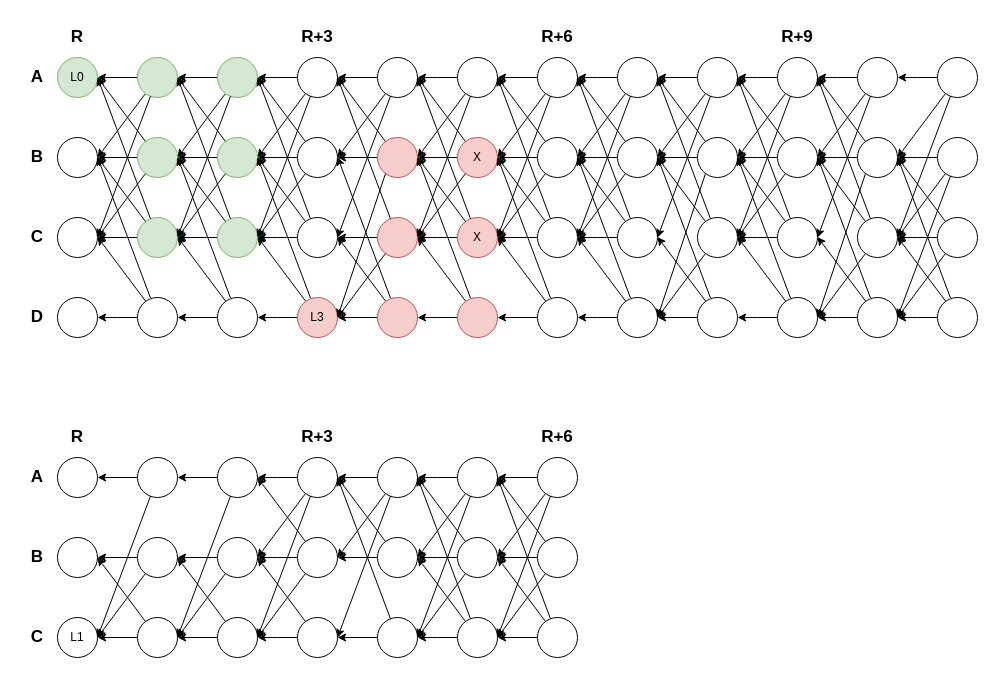
Before: Untitled Diagram.drawio in asonnino/various-diagrams, a draw.io diagram. Source tidied: cells renumbered, new cells numbered last; positions are measured from the earlier drawing's top-left corner, leaving out a move shared by most shapes. Both pictures are drawn from the tidied source at 100%, with x=0, y=0 at pixel (17, 17).
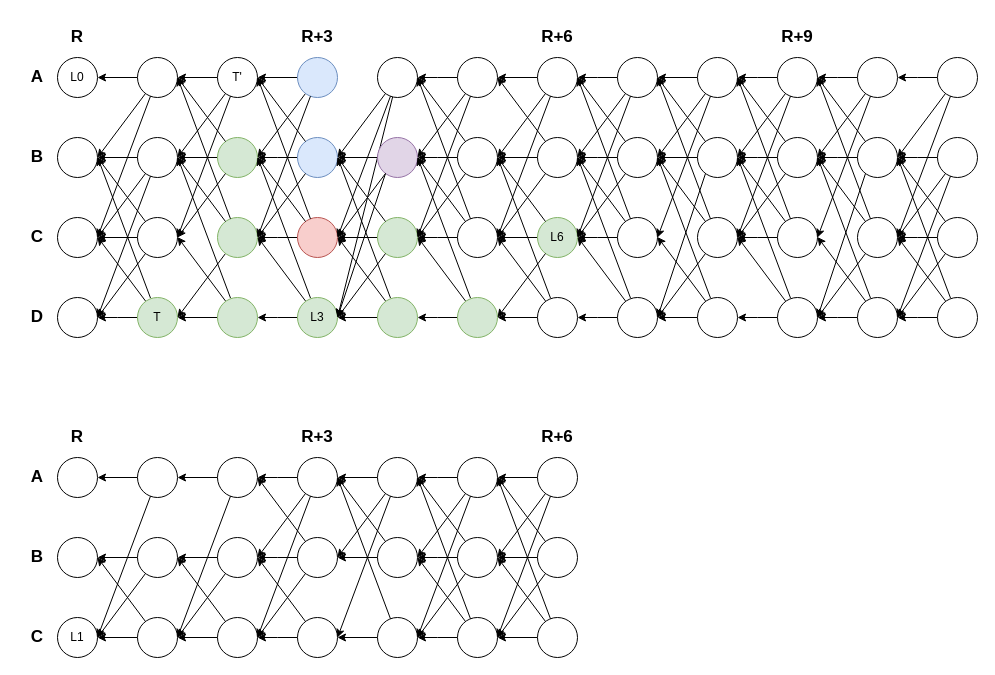
After the change.

Unchanged cells that the change refers to:
```xml
<mxCell id="8" style="ellipse;whiteSpace=wrap;html=1;" parent="1" vertex="1">
  <mxGeometry x="40" y="280" width="40" height="40" as="geometry" />
</mxCell>
<mxCell id="35" style="ellipse;whiteSpace=wrap;html=1;fillColor=#d5e8d4;strokeColor=#82b366;" parent="1" vertex="1">
  <mxGeometry x="200" y="200" width="40" height="40" as="geometry" />
</mxCell>
<mxCell id="63" style="ellipse;whiteSpace=wrap;html=1;" parent="1" vertex="1">
  <mxGeometry x="360" y="40" width="40" height="40" as="geometry" />
</mxCell>
```

The edit, as a diff of the source:
```diff
@@
-    <mxCell id="2" value="L0" style="ellipse;whiteSpace=wrap;html=1;fillColor=#d5e8d4;strokeColor=#82b366;" parent="1" vertex="1">
+    <mxCell id="2" value="L0" style="ellipse;whiteSpace=wrap;html=1;" parent="1" vertex="1">
       <mxGeometry x="40" y="40" width="40" height="40" as="geometry" />
     </mxCell>
@@
-    <mxCell id="12" style="ellipse;whiteSpace=wrap;html=1;fillColor=#d5e8d4;strokeColor=#82b366;" parent="1" vertex="1">
+    <mxCell id="12" style="ellipse;whiteSpace=wrap;html=1;" parent="1" vertex="1">
       <mxGeometry x="120" y="40" width="40" height="40" as="geometry" />
     </mxCell>
@@
-    <mxCell id="14" style="ellipse;whiteSpace=wrap;html=1;fillColor=#d5e8d4;strokeColor=#82b366;" parent="1" vertex="1">
+    <mxCell id="14" style="ellipse;whiteSpace=wrap;html=1;" parent="1" vertex="1">
       <mxGeometry x="120" y="120" width="40" height="40" as="geometry" />
     </mxCell>
@@
-    <mxCell id="16" style="ellipse;whiteSpace=wrap;html=1;fillColor=#d5e8d4;strokeColor=#82b366;" parent="1" vertex="1">
+    <mxCell id="16" style="ellipse;whiteSpace=wrap;html=1;" parent="1" vertex="1">
       <mxGeometry x="120" y="200" width="40" height="40" as="geometry" />
     </mxCell>
@@
-    <mxCell id="18" style="ellipse;whiteSpace=wrap;html=1;" parent="1" vertex="1">
+    <mxCell id="18" value="T" style="ellipse;whiteSpace=wrap;html=1;fillColor=#d5e8d4;strokeColor=#82b366;" parent="1" vertex="1">
       <mxGeometry x="120" y="280" width="40" height="40" as="geometry" />
     </mxCell>
@@
-    <mxCell id="24" style="rounded=0;jettySize=auto;html=1;entryX=1;entryY=0.5;entryDx=0;entryDy=0;" parent="1" edge="1" source="14" target="2">
+    <mxCell id="24" style="rounded=0;jettySize=auto;html=1;entryX=1;entryY=0.5;entryDx=0;entryDy=0;" parent="1" edge="1" source="14" target="8">
       <mxGeometry relative="1" as="geometry" />
     </mxCell>
-    <mxCell id="25" style="rounded=0;jettySize=auto;html=1;entryX=1;entryY=0.5;entryDx=0;entryDy=0;" parent="1" edge="1" source="16" target="2">
+    <mxCell id="25" style="rounded=0;jettySize=auto;html=1;entryX=1;entryY=0.5;entryDx=0;entryDy=0;" parent="1" edge="1" source="16" target="8">
       <mxGeometry relative="1" as="geometry" />
     </mxCell>
@@
-    <mxCell id="31" style="ellipse;whiteSpace=wrap;html=1;fillColor=#d5e8d4;strokeColor=#82b366;" parent="1" vertex="1">
+    <mxCell id="31" value="T'" style="ellipse;whiteSpace=wrap;html=1;" parent="1" vertex="1">
       <mxGeometry x="200" y="40" width="40" height="40" as="geometry" />
     </mxCell>
@@
-    <mxCell id="34" style="edgeStyle=orthogonalEdgeStyle;rounded=0;jettySize=auto;html=1;entryX=1;entryY=0.5;entryDx=0;entryDy=0;" parent="1" edge="1" source="35" target="16">
+    <mxCell id="34" style="rounded=0;jettySize=auto;html=1;entryX=1;entryY=0.5;entryDx=0;entryDy=0;" parent="1" edge="1" source="35" target="18">
       <mxGeometry relative="1" as="geometry" />
     </mxCell>
@@
-    <mxCell id="37" style="ellipse;whiteSpace=wrap;html=1;" parent="1" vertex="1">
+    <mxCell id="37" style="ellipse;whiteSpace=wrap;html=1;fillColor=#d5e8d4;strokeColor=#82b366;" parent="1" vertex="1">
       <mxGeometry x="200" y="280" width="40" height="40" as="geometry" />
     </mxCell>
@@
-    <mxCell id="39" style="rounded=0;orthogonalLoop=1;jettySize=auto;html=1;entryX=1;entryY=0.5;entryDx=0;entryDy=0;" parent="1" edge="1">
+    <mxCell id="39" style="rounded=0;jettySize=auto;html=1;entryX=1;entryY=0.5;entryDx=0;entryDy=0;" parent="1" edge="1" target="16">
       <mxGeometry relative="1" as="geometry">
         <mxPoint x="208" y="156" as="sourcePoint" />
-        <mxPoint x="160" y="220" as="targetPoint" />
       </mxGeometry>
     </mxCell>
@@
-    <mxCell id="45" style="edgeStyle=orthogonalEdgeStyle;rounded=0;jettySize=auto;html=1;entryX=1;entryY=0.5;entryDx=0;entryDy=0;" parent="1" edge="1" source="47">
-      <mxGeometry relative="1" as="geometry">
-        <mxPoint x="240" y="60" as="targetPoint" />
-      </mxGeometry>
+    <mxCell id="45" style="rounded=0;jettySize=auto;html=1;entryX=1;entryY=0.5;entryDx=0;entryDy=0;" parent="1" edge="1" source="47" target="31">
+      <mxGeometry relative="1" as="geometry" />
     </mxCell>
@@
-    <mxCell id="47" style="ellipse;whiteSpace=wrap;html=1;" parent="1" vertex="1">
+    <mxCell id="47" style="ellipse;whiteSpace=wrap;html=1;fillColor=#dae8fc;strokeColor=#6c8ebf;" parent="1" vertex="1">
       <mxGeometry x="280" y="40" width="40" height="40" as="geometry" />
     </mxCell>
@@
-    <mxCell id="49" style="ellipse;whiteSpace=wrap;html=1;" parent="1" vertex="1">
+    <mxCell id="49" style="ellipse;whiteSpace=wrap;html=1;fillColor=#dae8fc;strokeColor=#6c8ebf;" parent="1" vertex="1">
       <mxGeometry x="280" y="120" width="40" height="40" as="geometry" />
     </mxCell>
@@
-    <mxCell id="51" style="ellipse;whiteSpace=wrap;html=1;" parent="1" vertex="1">
+    <mxCell id="51" style="ellipse;whiteSpace=wrap;html=1;fillColor=#f8cecc;strokeColor=#b85450;" parent="1" vertex="1">
       <mxGeometry x="280" y="200" width="40" height="40" as="geometry" />
     </mxCell>
@@
-    <mxCell id="53" value="L3" style="ellipse;whiteSpace=wrap;html=1;fillColor=#f8cecc;strokeColor=#b85450;" parent="1" vertex="1">
+    <mxCell id="53" value="L3" style="ellipse;whiteSpace=wrap;html=1;fillColor=#d5e8d4;strokeColor=#82b366;" parent="1" vertex="1">
       <mxGeometry x="280" y="280" width="40" height="40" as="geometry" />
     </mxCell>
@@
-    <mxCell id="56" style="rounded=0;jettySize=auto;html=1;entryX=1;entryY=0.5;entryDx=0;entryDy=0;" parent="1" edge="1" source="49">
-      <mxGeometry relative="1" as="geometry">
-        <mxPoint x="240" y="60" as="targetPoint" />
-      </mxGeometry>
+    <mxCell id="56" style="rounded=0;jettySize=auto;html=1;entryX=1;entryY=0.5;entryDx=0;entryDy=0;" parent="1" edge="1" source="49" target="31">
+      <mxGeometry relative="1" as="geometry" />
     </mxCell>
-    <mxCell id="57" style="rounded=0;jettySize=auto;html=1;entryX=1;entryY=0.5;entryDx=0;entryDy=0;" parent="1" edge="1" source="51">
-      <mxGeometry relative="1" as="geometry">
-        <mxPoint x="240" y="60" as="targetPoint" />
-      </mxGeometry>
+    <mxCell id="57" style="rounded=0;jettySize=auto;html=1;entryX=1;entryY=0.5;entryDx=0;entryDy=0;" parent="1" edge="1" source="51" target="31">
+      <mxGeometry relative="1" as="geometry" />
     </mxCell>
@@
-    <mxCell id="62" style="edgeStyle=orthogonalEdgeStyle;rounded=0;jettySize=auto;html=1;entryX=1;entryY=0.5;entryDx=0;entryDy=0;" parent="1" edge="1" source="63" target="47">
+    <mxCell id="62" style="rounded=0;jettySize=auto;html=1;entryX=1;entryY=0.5;entryDx=0;entryDy=0;" parent="1" edge="1" source="63" target="53">
       <mxGeometry relative="1" as="geometry" />
     </mxCell>
@@
-    <mxCell id="65" style="ellipse;whiteSpace=wrap;html=1;fillColor=#f8cecc;strokeColor=#b85450;" parent="1" vertex="1">
+    <mxCell id="65" style="ellipse;whiteSpace=wrap;html=1;fillColor=#e1d5e7;strokeColor=#9673a6;" parent="1" vertex="1">
       <mxGeometry x="360" y="120" width="40" height="40" as="geometry" />
     </mxCell>
@@
-    <mxCell id="67" style="ellipse;whiteSpace=wrap;html=1;fillColor=#f8cecc;strokeColor=#b85450;" parent="1" vertex="1">
+    <mxCell id="67" style="ellipse;whiteSpace=wrap;html=1;fillColor=#d5e8d4;strokeColor=#82b366;" parent="1" vertex="1">
       <mxGeometry x="360" y="200" width="40" height="40" as="geometry" />
     </mxCell>
@@
-    <mxCell id="69" style="ellipse;whiteSpace=wrap;html=1;fillColor=#f8cecc;strokeColor=#b85450;" parent="1" vertex="1">
+    <mxCell id="69" style="ellipse;whiteSpace=wrap;html=1;fillColor=#d5e8d4;strokeColor=#82b366;" parent="1" vertex="1">
       <mxGeometry x="360" y="280" width="40" height="40" as="geometry" />
     </mxCell>
@@
-    <mxCell id="72" style="rounded=0;jettySize=auto;html=1;entryX=1;entryY=0.5;entryDx=0;entryDy=0;" parent="1" edge="1" source="65">
-      <mxGeometry relative="1" as="geometry">
-        <mxPoint x="320" y="60" as="targetPoint" />
-      </mxGeometry>
+    <mxCell id="72" style="rounded=0;jettySize=auto;html=1;entryX=1;entryY=0.5;entryDx=0;entryDy=0;" parent="1" edge="1" source="65" target="51">
+      <mxGeometry relative="1" as="geometry" />
     </mxCell>
-    <mxCell id="73" style="rounded=0;jettySize=auto;html=1;entryX=1;entryY=0.5;entryDx=0;entryDy=0;" parent="1" edge="1" source="67">
-      <mxGeometry relative="1" as="geometry">
-        <mxPoint x="320" y="60" as="targetPoint" />
-      </mxGeometry>
+    <mxCell id="73" style="rounded=0;jettySize=auto;html=1;entryX=1;entryY=0.5;entryDx=0;entryDy=0;" parent="1" edge="1" source="67" target="49">
+      <mxGeometry relative="1" as="geometry" />
     </mxCell>
@@
-    <mxCell id="81" value="X" style="ellipse;whiteSpace=wrap;html=1;fillColor=#f8cecc;strokeColor=#b85450;" parent="1" vertex="1">
+    <mxCell id="81" style="ellipse;whiteSpace=wrap;html=1;" parent="1" vertex="1">
       <mxGeometry x="440" y="120" width="40" height="40" as="geometry" />
     </mxCell>
@@
-    <mxCell id="83" value="X" style="ellipse;whiteSpace=wrap;html=1;fillColor=#f8cecc;strokeColor=#b85450;" parent="1" vertex="1">
+    <mxCell id="83" style="ellipse;whiteSpace=wrap;html=1;" parent="1" vertex="1">
       <mxGeometry x="440" y="200" width="40" height="40" as="geometry" />
     </mxCell>
@@
-    <mxCell id="85" style="ellipse;whiteSpace=wrap;html=1;fillColor=#f8cecc;strokeColor=#b85450;" parent="1" vertex="1">
+    <mxCell id="85" style="ellipse;whiteSpace=wrap;html=1;fillColor=#d5e8d4;strokeColor=#82b366;" parent="1" vertex="1">
       <mxGeometry x="440" y="280" width="40" height="40" as="geometry" />
     </mxCell>
@@
-    <mxCell id="88" style="rounded=0;jettySize=auto;html=1;entryX=1;entryY=0.5;entryDx=0;entryDy=0;" parent="1" edge="1" source="81">
-      <mxGeometry relative="1" as="geometry">
-        <mxPoint x="400" y="60" as="targetPoint" />
-      </mxGeometry>
+    <mxCell id="88" style="rounded=0;jettySize=auto;html=1;entryX=1;entryY=0.5;entryDx=0;entryDy=0;" parent="1" edge="1" source="81" target="63">
+      <mxGeometry relative="1" as="geometry" />
     </mxCell>
-    <mxCell id="89" style="rounded=0;jettySize=auto;html=1;entryX=1;entryY=0.5;entryDx=0;entryDy=0;" parent="1" edge="1" source="83">
-      <mxGeometry relative="1" as="geometry">
-        <mxPoint x="400" y="60" as="targetPoint" />
-      </mxGeometry>
+    <mxCell id="89" style="rounded=0;jettySize=auto;html=1;entryX=1;entryY=0.5;entryDx=0;entryDy=0;" parent="1" edge="1" source="83" target="63">
+      <mxGeometry relative="1" as="geometry" />
     </mxCell>
@@
-    <mxCell id="99" style="ellipse;whiteSpace=wrap;html=1;" parent="1" vertex="1">
+    <mxCell id="99" value="L6" style="ellipse;whiteSpace=wrap;html=1;fillColor=#d5e8d4;strokeColor=#82b366;" parent="1" vertex="1">
       <mxGeometry x="520" y="200" width="40" height="40" as="geometry" />
     </mxCell>
@@
-    <mxCell id="105" style="rounded=0;jettySize=auto;html=1;entryX=1;entryY=0.5;entryDx=0;entryDy=0;" parent="1" edge="1" source="99">
-      <mxGeometry relative="1" as="geometry">
-        <mxPoint x="480" y="60" as="targetPoint" />
-      </mxGeometry>
+    <mxCell id="105" style="rounded=0;jettySize=auto;html=1;entryX=1;entryY=0.5;entryDx=0;entryDy=0;" parent="1" edge="1" source="99" target="85">
+      <mxGeometry relative="1" as="geometry" />
     </mxCell>
```
